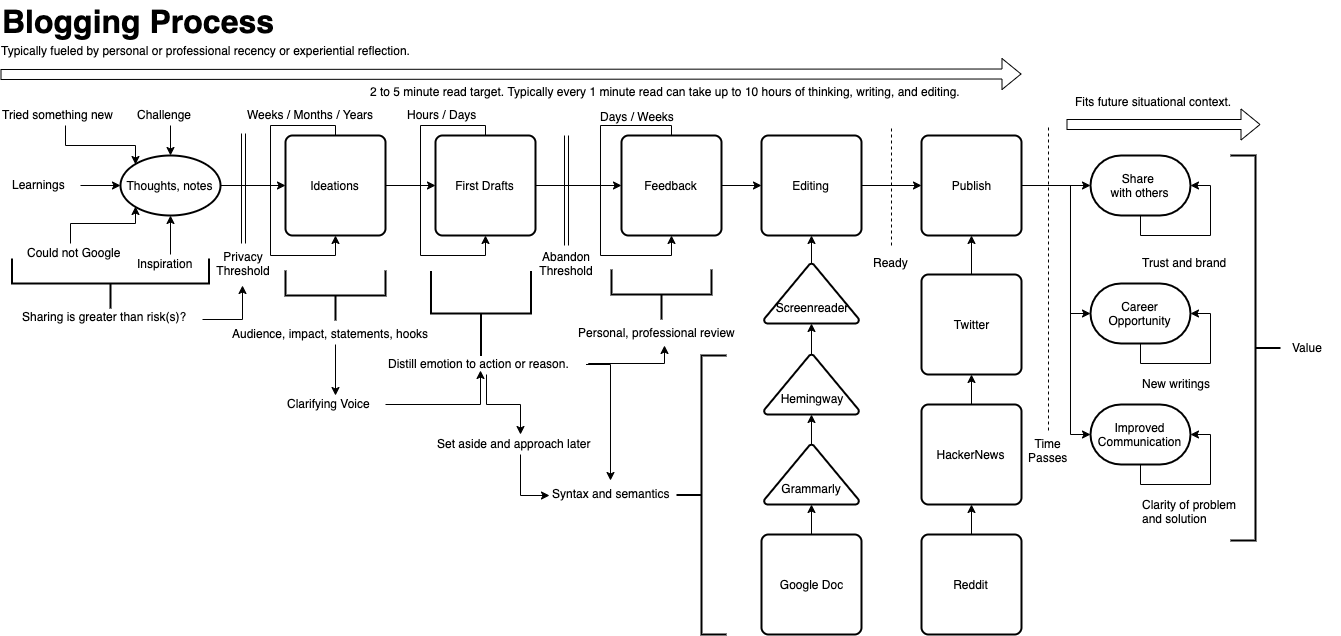
This is mentoring/diagrams/blogging-process.png from solidi/learning-notes, a draw.io export, as it was before one commit. Source tidied: cells renumbered, new cells last; positions are measured from the earlier drawing's top-left corner, leaving out a move shared by most shapes.
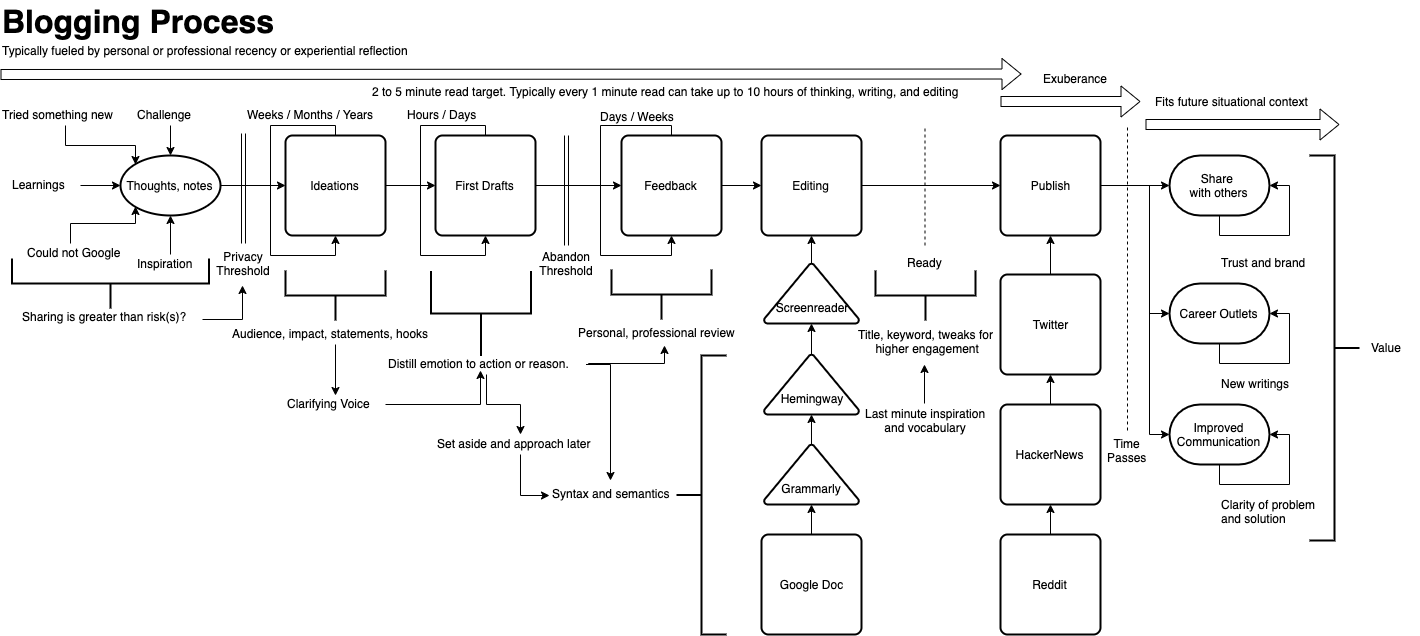
Above is the later version.

Commit message:
Update blogging diagram with "ready" metadata

Change to the diagram source:
```diff
@@ -73,39 +73,39 @@
     <mxCell id="17" style="edgeStyle=orthogonalEdgeStyle;rounded=0;jettySize=auto;html=1;exitX=1;exitY=0.5;exitDx=0;exitDy=0;entryX=0;entryY=0.5;entryDx=0;entryDy=0;entryPerimeter=0;" parent="1" edge="1" source="19" target="77">
       <mxGeometry relative="1" as="geometry">
         <Array as="points">
-          <mxPoint x="1070" y="185" />
-          <mxPoint x="1070" y="313" />
+          <mxPoint x="1149" y="185" />
+          <mxPoint x="1149" y="313" />
         </Array>
       </mxGeometry>
     </mxCell>
     <mxCell id="18" style="edgeStyle=orthogonalEdgeStyle;rounded=0;jettySize=auto;html=1;exitX=1;exitY=0.5;exitDx=0;exitDy=0;entryX=0;entryY=0.5;entryDx=0;entryDy=0;entryPerimeter=0;" parent="1" edge="1" source="19" target="80">
       <mxGeometry relative="1" as="geometry">
         <Array as="points">
-          <mxPoint x="1070" y="185" />
-          <mxPoint x="1070" y="434" />
+          <mxPoint x="1149" y="185" />
+          <mxPoint x="1149" y="434" />
         </Array>
       </mxGeometry>
     </mxCell>
     <mxCell id="19" value="Publish" style="rounded=1;whiteSpace=wrap;html=1;absoluteArcSize=1;arcSize=14;strokeWidth=2;" parent="1" vertex="1">
-      <mxGeometry x="921" y="135" width="100" height="100" as="geometry" />
+      <mxGeometry x="1000" y="135" width="100" height="100" as="geometry" />
     </mxCell>
     <mxCell id="20" style="edgeStyle=orthogonalEdgeStyle;rounded=0;jettySize=auto;html=1;exitX=0.5;exitY=0;exitDx=0;exitDy=0;entryX=0.5;entryY=1;entryDx=0;entryDy=0;" parent="1" edge="1" source="21" target="23">
       <mxGeometry relative="1" as="geometry" />
     </mxCell>
     <mxCell id="21" value="HackerNews" style="rounded=1;whiteSpace=wrap;html=1;absoluteArcSize=1;arcSize=14;strokeWidth=2;" parent="1" vertex="1">
-      <mxGeometry x="921" y="404" width="100" height="100" as="geometry" />
+      <mxGeometry x="1000" y="404" width="100" height="100" as="geometry" />
     </mxCell>
     <mxCell id="22" style="edgeStyle=orthogonalEdgeStyle;rounded=0;jettySize=auto;html=1;exitX=0.5;exitY=0;exitDx=0;exitDy=0;entryX=0.5;entryY=1;entryDx=0;entryDy=0;" parent="1" edge="1" source="23" target="19">
       <mxGeometry relative="1" as="geometry" />
     </mxCell>
     <mxCell id="23" value="Twitter" style="rounded=1;whiteSpace=wrap;html=1;absoluteArcSize=1;arcSize=14;strokeWidth=2;" parent="1" vertex="1">
-      <mxGeometry x="921" y="274" width="100" height="100" as="geometry" />
+      <mxGeometry x="1000" y="274" width="100" height="100" as="geometry" />
     </mxCell>
     <mxCell id="24" style="edgeStyle=orthogonalEdgeStyle;rounded=0;jettySize=auto;html=1;exitX=0.5;exitY=0;exitDx=0;exitDy=0;entryX=0.5;entryY=1;entryDx=0;entryDy=0;" parent="1" edge="1" source="25" target="21">
       <mxGeometry relative="1" as="geometry" />
     </mxCell>
     <mxCell id="25" value="Reddit" style="rounded=1;whiteSpace=wrap;html=1;absoluteArcSize=1;arcSize=14;strokeWidth=2;" parent="1" vertex="1">
-      <mxGeometry x="921" y="534" width="100" height="100" as="geometry" />
+      <mxGeometry x="1000" y="534" width="100" height="100" as="geometry" />
     </mxCell>
     <mxCell id="26" style="edgeStyle=orthogonalEdgeStyle;rounded=0;jettySize=auto;html=1;exitX=0.5;exitY=0;exitDx=0;exitDy=0;entryX=0.5;entryY=1;entryDx=0;entryDy=0;exitPerimeter=0;" parent="1" edge="1" source="46" target="15">
       <mxGeometry relative="1" as="geometry" />
@@ -185,7 +185,7 @@
         <mxPoint x="1021" y="73.5" as="targetPoint" />
       </mxGeometry>
     </mxCell>
-    <mxCell id="48" value="Typically fueled by personal or professional recency or experiential reflection." style="text;html=1;align=center;verticalAlign=middle;labelBackgroundColor=#ffffff;" parent="47" vertex="1">
+    <mxCell id="48" value="Typically fueled by personal or professional recency or experiential reflection" style="text;html=1;align=center;verticalAlign=middle;labelBackgroundColor=#ffffff;" parent="47" vertex="1">
       <mxGeometry x="-0.57" y="3" relative="1" as="geometry">
         <mxPoint x="-14" y="-21" as="offset" />
       </mxGeometry>
@@ -207,12 +207,12 @@
     </mxCell>
     <mxCell id="53" style="endArrow=none;dashed=1;html=1;" parent="1" edge="1">
       <mxGeometry relative="1" as="geometry">
-        <mxPoint x="891" y="245" as="sourcePoint" />
-        <mxPoint x="891" y="125" as="targetPoint" />
+        <mxPoint x="924.5" y="245" as="sourcePoint" />
+        <mxPoint x="924.5" y="125" as="targetPoint" />
       </mxGeometry>
     </mxCell>
     <mxCell id="54" value="Ready" style="text;html=1;align=left;verticalAlign=top;spacingTop=-4;" parent="1" vertex="1">
-      <mxGeometry x="871" y="253" width="50" height="20" as="geometry" />
+      <mxGeometry x="904.5" y="253" width="50" height="20" as="geometry" />
     </mxCell>
     <mxCell id="55" style="edgeStyle=orthogonalEdgeStyle;rounded=0;jettySize=auto;html=1;exitX=1;exitY=0.5;exitDx=0;exitDy=0;exitPerimeter=0;entryX=0;entryY=0.5;entryDx=0;entryDy=0;" parent="1" edge="1" source="56" target="3">
       <mxGeometry relative="1" as="geometry" />
@@ -221,24 +221,24 @@
       <mxGeometry x="120" y="155" width="100" height="60" as="geometry" />
     </mxCell>
     <mxCell id="57" value="Share &lt;br&gt;with others" style="strokeWidth=2;html=1;shape=mxgraph.flowchart.terminator;whiteSpace=wrap;" parent="1" vertex="1">
-      <mxGeometry x="1090" y="155" width="100" height="60" as="geometry" />
+      <mxGeometry x="1169" y="155" width="100" height="60" as="geometry" />
     </mxCell>
     <mxCell id="58" style="endArrow=none;dashed=1;html=1;" parent="1" edge="1">
       <mxGeometry relative="1" as="geometry">
-        <mxPoint x="1048" y="430" as="sourcePoint" />
-        <mxPoint x="1048" y="124" as="targetPoint" />
+        <mxPoint x="1127" y="430" as="sourcePoint" />
+        <mxPoint x="1127" y="124" as="targetPoint" />
       </mxGeometry>
     </mxCell>
     <mxCell id="59" value="Time&lt;br&gt;Passes" style="text;html=1;align=center;verticalAlign=top;spacingTop=-4;" parent="1" vertex="1">
-      <mxGeometry x="1022" y="434" width="50" height="30" as="geometry" />
+      <mxGeometry x="1101" y="434" width="50" height="30" as="geometry" />
     </mxCell>
     <mxCell id="60" style="shape=flexArrow;endArrow=classic;html=1;" parent="1" edge="1">
       <mxGeometry relative="1" as="geometry">
-        <mxPoint x="1066" y="124" as="sourcePoint" />
-        <mxPoint x="1260" y="124" as="targetPoint" />
+        <mxPoint x="1145" y="124" as="sourcePoint" />
+        <mxPoint x="1339" y="124" as="targetPoint" />
       </mxGeometry>
     </mxCell>
-    <mxCell id="61" value="Fits future situational context." style="text;html=1;align=center;verticalAlign=middle;labelBackgroundColor=#ffffff;" parent="60" vertex="1">
+    <mxCell id="61" value="Fits future situational context" style="text;html=1;align=center;verticalAlign=middle;labelBackgroundColor=#ffffff;" parent="60" vertex="1">
       <mxGeometry x="-0.57" y="3" relative="1" as="geometry">
         <mxPoint x="44" y="-21" as="offset" />
       </mxGeometry>
@@ -247,9 +247,9 @@
       <mxGeometry relative="1" as="geometry" />
     </mxCell>
     <mxCell id="63" value="Trust and brand" style="text;html=1;align=left;verticalAlign=top;spacingTop=-4;" parent="1" vertex="1">
-      <mxGeometry x="1140" y="253" width="100" height="20" as="geometry" />
+      <mxGeometry x="1219" y="253" width="100" height="20" as="geometry" />
     </mxCell>
-    <mxCell id="64" value="2 to 5 minute read target. Typically every 1 minute read can take up to 10 hours of thinking, writing, and editing." style="text;html=1;align=center;verticalAlign=middle;labelBackgroundColor=#ffffff;" parent="1" vertex="1">
+    <mxCell id="64" value="2 to 5 minute read target. Typically every 1 minute read can take up to 10 hours of thinking, writing, and editing" style="text;html=1;align=center;verticalAlign=middle;labelBackgroundColor=#ffffff;" parent="1" vertex="1">
       <mxGeometry x="661" y="110" as="geometry">
         <mxPoint x="3" y="-19.5" as="offset" />
       </mxGeometry>
@@ -295,29 +295,29 @@
     <mxCell id="76" value="Tried something new" style="text;html=1;points=[];align=left;verticalAlign=top;spacingTop=-4;" parent="1" vertex="1">
       <mxGeometry y="105" width="130" height="20" as="geometry" />
     </mxCell>
-    <mxCell id="77" value="Career Opportunity" style="strokeWidth=2;html=1;shape=mxgraph.flowchart.terminator;whiteSpace=wrap;" parent="1" vertex="1">
-      <mxGeometry x="1090" y="283" width="100" height="60" as="geometry" />
+    <mxCell id="77" value="Career Outlets" style="strokeWidth=2;html=1;shape=mxgraph.flowchart.terminator;whiteSpace=wrap;" parent="1" vertex="1">
+      <mxGeometry x="1169" y="283" width="100" height="60" as="geometry" />
     </mxCell>
     <mxCell id="78" style="edgeStyle=orthogonalEdgeStyle;rounded=0;orthogonalLoop=1;jettySize=auto;html=1;exitX=0.5;exitY=1;exitDx=0;exitDy=0;exitPerimeter=0;entryX=1;entryY=0.5;entryDx=0;entryDy=0;entryPerimeter=0;" parent="1" edge="1" source="77" target="77">
       <mxGeometry relative="1" as="geometry" />
     </mxCell>
     <mxCell id="79" value="New writings" style="text;html=1;align=left;verticalAlign=top;spacingTop=-4;" parent="1" vertex="1">
-      <mxGeometry x="1140" y="374" width="80" height="20" as="geometry" />
+      <mxGeometry x="1219" y="374" width="80" height="20" as="geometry" />
     </mxCell>
     <mxCell id="80" value="Improved Communication" style="strokeWidth=2;html=1;shape=mxgraph.flowchart.terminator;whiteSpace=wrap;" parent="1" vertex="1">
-      <mxGeometry x="1090" y="404" width="100" height="60" as="geometry" />
+      <mxGeometry x="1169" y="404" width="100" height="60" as="geometry" />
     </mxCell>
     <mxCell id="81" style="edgeStyle=orthogonalEdgeStyle;rounded=0;orthogonalLoop=1;jettySize=auto;html=1;exitX=0.5;exitY=1;exitDx=0;exitDy=0;exitPerimeter=0;entryX=1;entryY=0.5;entryDx=0;entryDy=0;entryPerimeter=0;" parent="1" edge="1" source="80" target="80">
       <mxGeometry relative="1" as="geometry" />
     </mxCell>
     <mxCell id="82" value="Clarity of problem&lt;br&gt;and solution" style="text;html=1;align=left;verticalAlign=top;spacingTop=-4;" parent="1" vertex="1">
-      <mxGeometry x="1140" y="494.5" width="110" height="30" as="geometry" />
+      <mxGeometry x="1219" y="494.5" width="110" height="30" as="geometry" />
     </mxCell>
     <mxCell id="83" style="strokeWidth=2;html=1;shape=mxgraph.flowchart.annotation_2;align=left;labelPosition=right;rotation=180;" parent="1" vertex="1">
-      <mxGeometry x="1230" y="155" width="50" height="385" as="geometry" />
+      <mxGeometry x="1309" y="155" width="50" height="385" as="geometry" />
     </mxCell>
     <mxCell id="84" value="Value" style="text;html=1;align=left;verticalAlign=top;spacingTop=-4;" parent="1" vertex="1">
-      <mxGeometry x="1290" y="337.5" width="50" height="20" as="geometry" />
+      <mxGeometry x="1369" y="337.5" width="50" height="20" as="geometry" />
     </mxCell>
     <mxCell id="85" style="shape=link;html=1;" parent="1" edge="1">
       <mxGeometry relative="1" as="geometry">
@@ -339,5 +339,31 @@
     <mxCell id="89" style="strokeWidth=2;html=1;shape=mxgraph.flowchart.annotation_2;align=left;labelPosition=right;rotation=-90;" parent="1" vertex="1">
       <mxGeometry x="85" y="184.5" width="50" height="197" as="geometry" />
     </mxCell>
+    <mxCell id="90" style="strokeWidth=2;html=1;shape=mxgraph.flowchart.annotation_2;align=left;labelPosition=right;rotation=-90;" parent="1" vertex="1">
+      <mxGeometry x="900" y="245" width="50" height="100" as="geometry" />
+    </mxCell>
+    <mxCell id="91" value="Title, keyword, tweaks for &lt;br&gt;higher engagement" style="text;html=1;align=center;verticalAlign=top;spacingTop=-4;" parent="1" vertex="1">
+      <mxGeometry x="850" y="325" width="150" height="30" as="geometry" />
+    </mxCell>
+    <mxCell id="92" style="shape=flexArrow;endArrow=classic;html=1;" parent="1" edge="1">
+      <mxGeometry relative="1" as="geometry">
+        <mxPoint x="1000" y="101" as="sourcePoint" />
+        <mxPoint x="1140" y="101" as="targetPoint" />
+      </mxGeometry>
+    </mxCell>
+    <mxCell id="93" value="Exuberance" style="text;html=1;align=center;verticalAlign=middle;labelBackgroundColor=#ffffff;" parent="92" vertex="1">
+      <mxGeometry x="-0.57" y="3" relative="1" as="geometry">
+        <mxPoint x="44" y="-21" as="offset" />
+      </mxGeometry>
+    </mxCell>
+    <mxCell id="94" style="edgeStyle=orthogonalEdgeStyle;rounded=0;orthogonalLoop=1;jettySize=auto;html=1;exitX=0.5;exitY=0;exitDx=0;exitDy=0;entryX=0.5;entryY=1;entryDx=0;entryDy=0;" parent="1" edge="1">
+      <mxGeometry relative="1" as="geometry">
+        <mxPoint x="924" y="403" as="sourcePoint" />
+        <mxPoint x="924" y="364" as="targetPoint" />
+      </mxGeometry>
+    </mxCell>
+    <mxCell id="95" value="Last minute inspiration&lt;br&gt;and vocabulary" style="text;html=1;align=center;verticalAlign=top;spacingTop=-4;" parent="1" vertex="1">
+      <mxGeometry x="855" y="404" width="140" height="30" as="geometry" />
+    </mxCell>
   </root>
 </mxGraphModel>
```
